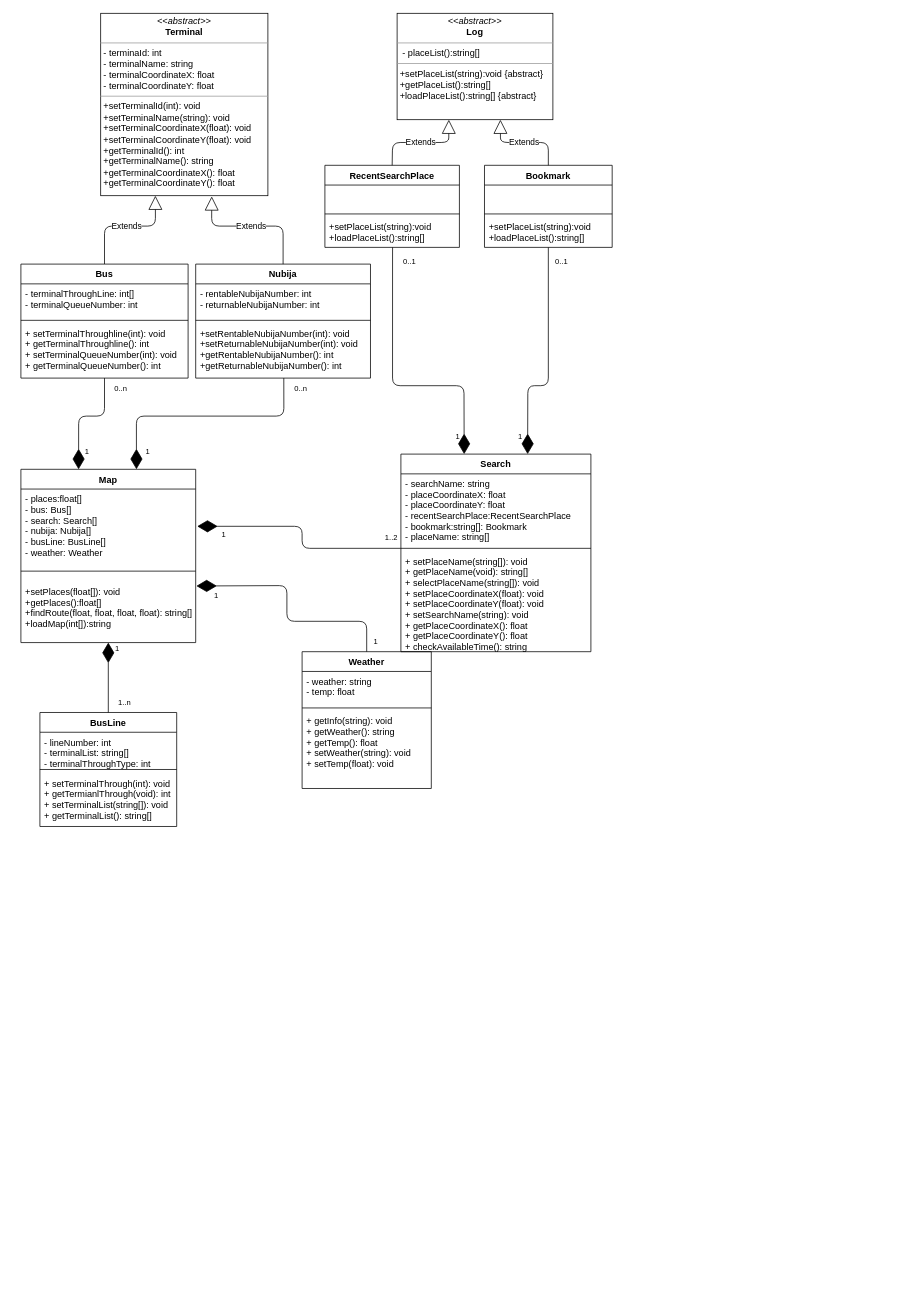
The draw.io diagram 2nd_homework/class_diagram.drawio in chisacam/CWNU19SE_2B, before the edit. Source tidied: cells renumbered, new cells numbered last; positions are measured from the earlier drawing's top-left corner, leaving out a move shared by most shapes. Both pictures are drawn from the tidied source at 76%, with x=0, y=0 at pixel (21, 13).
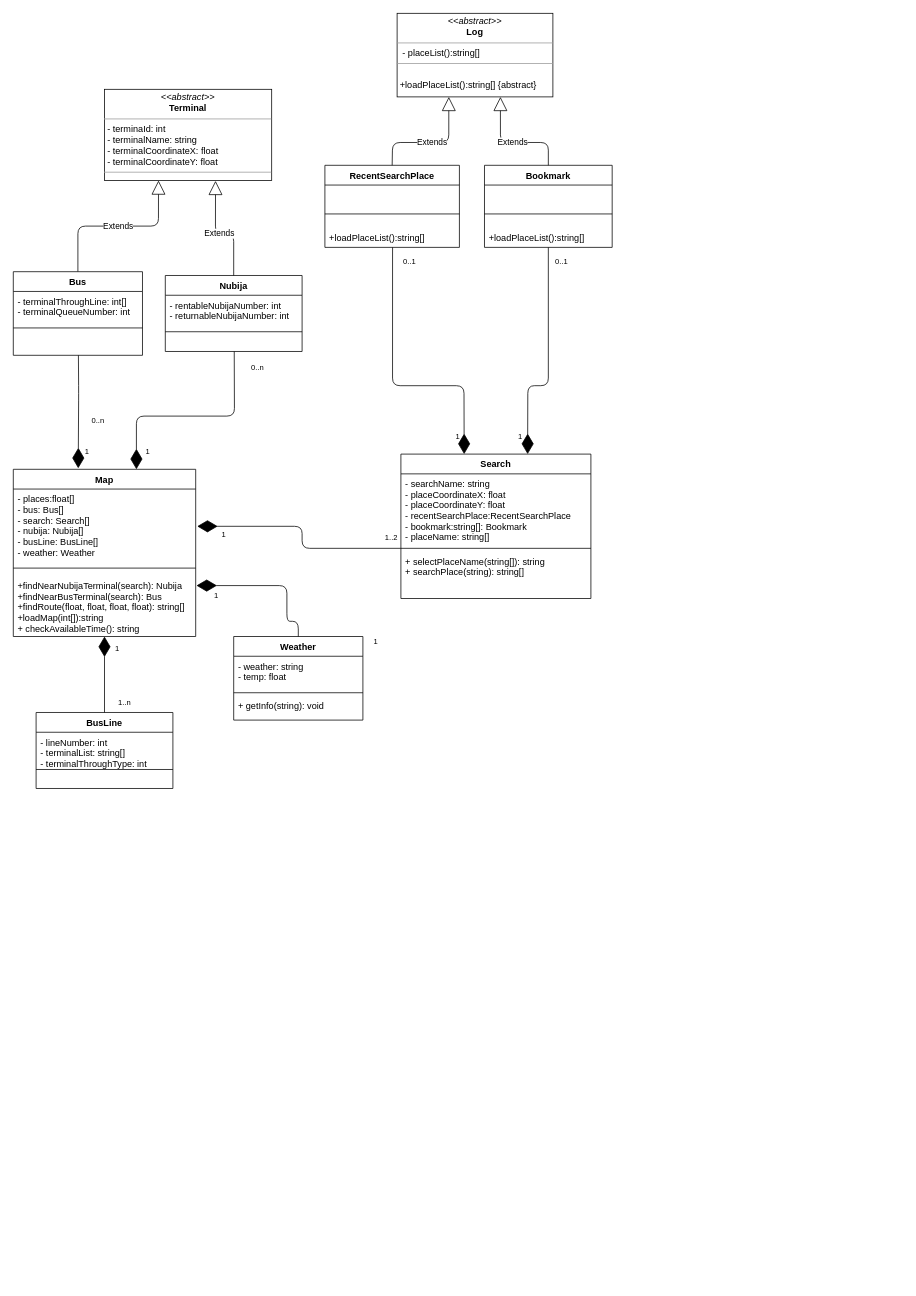
Above is the later version.

Unchanged cells that the change refers to:
```xml
<mxCell id="14" value="RecentSearchPlace" style="swimlane;fontStyle=1;align=center;verticalAlign=top;horizontal=1;startSize=26;" parent="1" vertex="1">
  <mxGeometry x="400" y="200" width="177" height="108" as="geometry" />
</mxCell>
<mxCell id="18" value="Bookmark" style="swimlane;fontStyle=1;align=center;verticalAlign=top;horizontal=1;startSize=26;" parent="1" vertex="1">
  <mxGeometry x="610" y="200" width="168" height="108" as="geometry" />
</mxCell>
```

The edit, as a diff of the source:
```diff
@@
     <mxCell id="2" value="Weather" style="swimlane;fontStyle=1;align=center;verticalAlign=top;horizontal=1;startSize=26;" parent="1" vertex="1">
-      <mxGeometry x="370" y="840" width="170" height="180" as="geometry" />
+      <mxGeometry x="280" y="820" width="170" height="110" as="geometry" />
     </mxCell>
@@
-    <mxCell id="5" value="+ getInfo(string): void&#10;+ getWeather(): string&#10;+ getTemp(): float&#10;+ setWeather(string): void&#10;+ setTemp(float): void&#10;&#10;" style="text;strokeColor=none;fillColor=none;align=left;verticalAlign=top;spacingLeft=4;spacingRight=4;overflow=hidden;" parent="2" vertex="1">
-      <mxGeometry y="78" width="170" height="102" as="geometry" />
+    <mxCell id="5" value="+ getInfo(string): void&#10;&#10;" style="text;strokeColor=none;fillColor=none;align=left;verticalAlign=top;spacingLeft=4;spacingRight=4;overflow=hidden;" parent="2" vertex="1">
+      <mxGeometry y="78" width="170" height="32" as="geometry" />
     </mxCell>
     <mxCell id="6" value="Nubija" style="swimlane;fontStyle=1;align=center;verticalAlign=top;horizontal=1;startSize=26;" parent="1" vertex="1">
-      <mxGeometry x="230" y="330" width="230" height="150" as="geometry" />
+      <mxGeometry x="190" y="345" width="180" height="100" as="geometry" />
     </mxCell>
     <mxCell id="7" value="- rentableNubijaNumber: int&#10;- returnableNubijaNumber: int" style="text;strokeColor=none;fillColor=none;align=left;verticalAlign=top;spacingLeft=4;spacingRight=4;overflow=hidden;" parent="6" vertex="1">
-      <mxGeometry y="26" width="230" height="44" as="geometry" />
+      <mxGeometry y="26" width="180" height="44" as="geometry" />
     </mxCell>
     <mxCell id="8" style="line;strokeWidth=1;fillColor=none;align=left;verticalAlign=middle;spacingTop=-1;spacingLeft=3;spacingRight=3;labelPosition=right;" parent="6" vertex="1">
-      <mxGeometry y="70" width="230" height="8" as="geometry" />
+      <mxGeometry y="70" width="180" height="8" as="geometry" />
     </mxCell>
-    <mxCell id="9" value="+setRentableNubijaNumber(int): void&#10;+setReturnableNubijaNumber(int): void&#10;+getRentableNubijaNumber(): int&#10;+getReturnableNubijaNumber(): int&#10;" style="text;strokeColor=none;fillColor=none;align=left;verticalAlign=top;spacingLeft=4;spacingRight=4;overflow=hidden;points=[[0,0.5],[1,0.5]];portConstraint=eastwest;" parent="6" vertex="1">
-      <mxGeometry y="78" width="230" height="72" as="geometry" />
+    <mxCell id="9" value="&#10;" style="text;strokeColor=none;fillColor=none;align=left;verticalAlign=top;spacingLeft=4;spacingRight=4;overflow=hidden;points=[[0,0.5],[1,0.5]];portConstraint=eastwest;" parent="6" vertex="1">
+      <mxGeometry y="78" width="180" height="22" as="geometry" />
     </mxCell>
     <mxCell id="10" value="Search" style="swimlane;fontStyle=1;align=center;verticalAlign=top;horizontal=1;startSize=26;" parent="1" vertex="1">
-      <mxGeometry x="500" y="580" width="250" height="260" as="geometry" />
+      <mxGeometry x="500" y="580" width="250" height="190" as="geometry" />
     </mxCell>
@@
-    <mxCell id="13" value="+ setPlaceName(string[]): void&#10;+ getPlaceName(void): string[]&#10;+ selectPlaceName(string[]): void&#10;+ setPlaceCoordinateX(float): void&#10;+ setPlaceCoordinateY(float): void&#10;+ setSearchName(string): void&#10;+ getPlaceCoordinateX(): float&#10;+ getPlaceCoordinateY(): float&#10;+ checkAvailableTime(): string&#10;" style="text;strokeColor=none;fillColor=none;align=left;verticalAlign=top;spacingLeft=4;spacingRight=4;overflow=hidden;" parent="10" vertex="1">
-      <mxGeometry y="128" width="250" height="132" as="geometry" />
+    <mxCell id="13" value="+ selectPlaceName(string[]): string&#10;+ searchPlace(string): string[]&#10;" style="text;strokeColor=none;fillColor=none;align=left;verticalAlign=top;spacingLeft=4;spacingRight=4;overflow=hidden;" parent="10" vertex="1">
+      <mxGeometry y="128" width="250" height="62" as="geometry" />
     </mxCell>
@@
-    <mxCell id="17" value="+setPlaceList(string):void&#10;+loadPlaceList():string[]" style="text;strokeColor=none;fillColor=none;align=left;verticalAlign=top;spacingLeft=4;spacingRight=4;overflow=hidden;points=[[0,0.5],[1,0.5]];portConstraint=eastwest;" parent="14" vertex="1">
+    <mxCell id="17" value="&#10;+loadPlaceList():string[]" style="text;strokeColor=none;fillColor=none;align=left;verticalAlign=top;spacingLeft=4;spacingRight=4;overflow=hidden;points=[[0,0.5],[1,0.5]];portConstraint=eastwest;" parent="14" vertex="1">
       <mxGeometry y="68" width="177" height="40" as="geometry" />
     </mxCell>
@@
-    <mxCell id="21" value="+setPlaceList(string):void&#10;+loadPlaceList():string[]" style="text;strokeColor=none;fillColor=none;align=left;verticalAlign=top;spacingLeft=4;spacingRight=4;overflow=hidden;points=[[0,0.5],[1,0.5]];portConstraint=eastwest;" parent="18" vertex="1">
+    <mxCell id="21" value="&#10;+loadPlaceList():string[]" style="text;strokeColor=none;fillColor=none;align=left;verticalAlign=top;spacingLeft=4;spacingRight=4;overflow=hidden;points=[[0,0.5],[1,0.5]];portConstraint=eastwest;" parent="18" vertex="1">
       <mxGeometry y="68" width="168" height="40" as="geometry" />
     </mxCell>
     <mxCell id="22" value="Extends" style="endArrow=block;endSize=16;endFill=0;html=1;entryX=0.664;entryY=1.004;entryDx=0;entryDy=0;entryPerimeter=0;exitX=0.5;exitY=0;exitDx=0;exitDy=0;" parent="1" edge="1" source="6" target="28">
       <mxGeometry relative="1" as="geometry">
         <Array as="points">
-          <mxPoint x="345" y="280" />
-          <mxPoint x="251" y="280" />
+          <mxPoint x="280" y="290" />
+          <mxPoint x="256" y="290" />
         </Array>
       </mxGeometry>
     </mxCell>
-    <mxCell id="23" value="Extends" style="endArrow=block;endSize=16;endFill=0;html=1;entryX=0.327;entryY=1;entryDx=0;entryDy=0;entryPerimeter=0;exitX=0.5;exitY=0;exitDx=0;exitDy=0;" parent="1" edge="1" source="24" target="28">
+    <mxCell id="23" value="Extends" style="endArrow=block;endSize=16;endFill=0;html=1;entryX=0.323;entryY=1;entryDx=0;entryDy=0;entryPerimeter=0;exitX=0.5;exitY=0;exitDx=0;exitDy=0;" parent="1" edge="1" source="24" target="28">
       <mxGeometry relative="1" as="geometry">
         <Array as="points">
-          <mxPoint x="110" y="280" />
-          <mxPoint x="177" y="280" />
+          <mxPoint x="75" y="280" />
+          <mxPoint x="181" y="280" />
         </Array>
       </mxGeometry>
     </mxCell>
     <mxCell id="24" value="Bus" style="swimlane;fontStyle=1;align=center;verticalAlign=top;horizontal=1;startSize=26;" parent="1" vertex="1">
-      <mxGeometry y="330" width="220" height="150" as="geometry" />
+      <mxGeometry x="-10" y="340" width="170" height="110" as="geometry" />
     </mxCell>
     <mxCell id="25" value="- terminalThroughLine: int[]&#10;- terminalQueueNumber: int&#10;&#10;" style="text;strokeColor=none;fillColor=none;align=left;verticalAlign=top;spacingLeft=4;spacingRight=4;overflow=hidden;" parent="24" vertex="1">
-      <mxGeometry y="26" width="220" height="44" as="geometry" />
+      <mxGeometry y="26" width="170" height="44" as="geometry" />
     </mxCell>
     <mxCell id="26" style="line;strokeWidth=1;fillColor=none;align=left;verticalAlign=middle;spacingTop=-1;spacingLeft=3;spacingRight=3;labelPosition=right;" parent="24" vertex="1">
-      <mxGeometry y="70" width="220" height="8" as="geometry" />
+      <mxGeometry y="70" width="170" height="8" as="geometry" />
     </mxCell>
-    <mxCell id="27" value="+ setTerminalThroughline(int): void &#10;+ getTerminalThroughline(): int&#10;+ setTerminalQueueNumber(int): void&#10;+ getTerminalQueueNumber(): int&#10;" style="text;strokeColor=none;fillColor=none;align=left;verticalAlign=top;spacingLeft=4;spacingRight=4;overflow=hidden;points=[[0,0.5],[1,0.5]];portConstraint=eastwest;" parent="24" vertex="1">
-      <mxGeometry y="78" width="220" height="72" as="geometry" />
+    <mxCell id="27" value="&#10;" style="text;strokeColor=none;fillColor=none;align=left;verticalAlign=top;spacingLeft=4;spacingRight=4;overflow=hidden;points=[[0,0.5],[1,0.5]];portConstraint=eastwest;" parent="24" vertex="1">
+      <mxGeometry y="78" width="170" height="32" as="geometry" />
     </mxCell>
-    <mxCell id="28" value="&lt;p style=&quot;margin: 0px ; margin-top: 4px ; text-align: center&quot;&gt;&lt;i&gt;&amp;lt;&amp;lt;abstract&amp;gt;&amp;gt;&lt;/i&gt;&lt;br&gt;&lt;b&gt;Terminal&lt;/b&gt;&lt;/p&gt;&lt;hr size=&quot;1&quot;&gt;&lt;p style=&quot;margin: 0px ; margin-left: 4px&quot;&gt;- terminaId: int&lt;br&gt;- terminalName: string&lt;br&gt;- terminalCoordinateX: float&lt;br&gt;- terminalCoordinateY: float&lt;/p&gt;&lt;hr size=&quot;1&quot;&gt;&lt;p style=&quot;margin: 0px ; margin-left: 4px&quot;&gt;+setTerminalId(int): void&lt;br&gt;+setTerminalName(string): void&lt;br&gt;+setTerminalCoordinateX(float): void&lt;br&gt;+setTerminalCoordinateY(float): void&lt;br&gt;+getTerminalId(): int&lt;br&gt;+getTerminalName(): string&lt;br&gt;+getTerminalCoordinateX(): float&lt;br&gt;+getTerminalCoordinateY(): float&lt;/p&gt;" style="verticalAlign=top;align=left;overflow=fill;fontSize=12;fontFamily=Helvetica;html=1;" parent="1" vertex="1">
-      <mxGeometry x="105" width="220" height="240" as="geometry" />
+    <mxCell id="28" value="&lt;p style=&quot;margin: 0px ; margin-top: 4px ; text-align: center&quot;&gt;&lt;i&gt;&amp;lt;&amp;lt;abstract&amp;gt;&amp;gt;&lt;/i&gt;&lt;br&gt;&lt;b&gt;Terminal&lt;/b&gt;&lt;/p&gt;&lt;hr size=&quot;1&quot;&gt;&lt;p style=&quot;margin: 0px ; margin-left: 4px&quot;&gt;- terminaId: int&lt;br&gt;- terminalName: string&lt;br&gt;- terminalCoordinateX: float&lt;br&gt;- terminalCoordinateY: float&lt;/p&gt;&lt;hr size=&quot;1&quot;&gt;&lt;p style=&quot;margin: 0px ; margin-left: 4px&quot;&gt;&lt;br&gt;&lt;/p&gt;" style="verticalAlign=top;align=left;overflow=fill;fontSize=12;fontFamily=Helvetica;html=1;" parent="1" vertex="1">
+      <mxGeometry x="110" y="100" width="220" height="120" as="geometry" />
     </mxCell>
-    <mxCell id="29" value="&lt;p style=&quot;margin: 0px ; margin-top: 4px ; text-align: center&quot;&gt;&lt;i&gt;&amp;lt;&amp;lt;abstract&amp;gt;&amp;gt;&lt;/i&gt;&lt;br&gt;&lt;b&gt;Log&lt;/b&gt;&lt;br&gt;&lt;/p&gt;&lt;hr size=&quot;1&quot;&gt;&lt;p style=&quot;margin: 0px ; margin-left: 4px&quot;&gt;&amp;nbsp;- placeList():string[]&lt;/p&gt;&lt;hr size=&quot;1&quot;&gt;&lt;p style=&quot;margin: 0px ; margin-left: 4px&quot;&gt;+setPlaceList(string):void {abstract}&lt;br&gt;+getPlaceList():string[]&lt;br&gt;+loadPlaceList():string[] {abstract}&lt;/p&gt;&lt;div&gt;&lt;br&gt;&lt;/div&gt;" style="verticalAlign=top;align=left;overflow=fill;fontSize=12;fontFamily=Helvetica;html=1;" parent="1" vertex="1">
-      <mxGeometry x="495" width="205" height="140" as="geometry" />
+    <mxCell id="29" value="&lt;p style=&quot;margin: 0px ; margin-top: 4px ; text-align: center&quot;&gt;&lt;i&gt;&amp;lt;&amp;lt;abstract&amp;gt;&amp;gt;&lt;/i&gt;&lt;br&gt;&lt;b&gt;Log&lt;/b&gt;&lt;br&gt;&lt;/p&gt;&lt;hr size=&quot;1&quot;&gt;&lt;p style=&quot;margin: 0px ; margin-left: 4px&quot;&gt;&amp;nbsp;- placeList():string[]&lt;/p&gt;&lt;hr size=&quot;1&quot;&gt;&lt;p style=&quot;margin: 0px ; margin-left: 4px&quot;&gt;&lt;br&gt;+loadPlaceList():string[] {abstract}&lt;/p&gt;&lt;div&gt;&lt;br&gt;&lt;/div&gt;" style="verticalAlign=top;align=left;overflow=fill;fontSize=12;fontFamily=Helvetica;html=1;" parent="1" vertex="1">
+      <mxGeometry x="495" width="205" height="110" as="geometry" />
     </mxCell>
     <mxCell id="30" value="BusLine" style="swimlane;fontStyle=1;align=center;verticalAlign=top;horizontal=1;startSize=26;" parent="1" vertex="1">
-      <mxGeometry x="25" y="920" width="180" height="150" as="geometry" />
+      <mxGeometry x="20" y="920" width="180" height="100" as="geometry" />
     </mxCell>
@@
-    <mxCell id="33" value="+ setTerminalThrough(int): void&#10;+ getTermianlThrough(void): int&#10;+ setTerminalList(string[]): void&#10;+ getTerminalList(): string[]&#10;" style="text;strokeColor=none;fillColor=none;align=left;verticalAlign=top;spacingLeft=4;spacingRight=4;overflow=hidden;" parent="30" vertex="1">
-      <mxGeometry y="80" width="180" height="70" as="geometry" />
+    <mxCell id="33" value="&#10;" style="text;strokeColor=none;fillColor=none;align=left;verticalAlign=top;spacingLeft=4;spacingRight=4;overflow=hidden;" parent="30" vertex="1">
+      <mxGeometry y="80" width="180" height="20" as="geometry" />
     </mxCell>
     <mxCell id="34" value="Map" style="swimlane;fontStyle=1;align=center;verticalAlign=top;horizontal=1;startSize=26;" parent="1" vertex="1">
-      <mxGeometry y="600" width="230" height="228" as="geometry" />
+      <mxGeometry x="-10" y="600" width="240" height="220" as="geometry" />
     </mxCell>
     <mxCell id="35" value="- places:float[]&#10;- bus: Bus[]&#10;- search: Search[]&#10;- nubija: Nubija[]&#10;- busLine: BusLine[]&#10;- weather: Weather" style="text;strokeColor=none;fillColor=none;align=left;verticalAlign=top;spacingLeft=4;spacingRight=4;overflow=hidden;" parent="34" vertex="1">
-      <mxGeometry y="26" width="230" height="94" as="geometry" />
+      <mxGeometry y="26" width="240" height="94" as="geometry" />
     </mxCell>
     <mxCell id="36" style="line;strokeWidth=1;fillColor=none;align=left;verticalAlign=middle;spacingTop=-1;spacingLeft=3;spacingRight=3;labelPosition=right;" parent="34" vertex="1">
-      <mxGeometry y="120" width="230" height="28" as="geometry" />
+      <mxGeometry y="120" width="240" height="20" as="geometry" />
     </mxCell>
-    <mxCell id="37" value="+setPlaces(float[]): void&#10;+getPlaces():float[]&#10;+findRoute(float, float, float, float): string[]&#10;+loadMap(int[]):string&#10;" style="text;strokeColor=none;fillColor=none;align=left;verticalAlign=top;spacingLeft=4;spacingRight=4;overflow=hidden;points=[[0,0.5],[1,0.5]];portConstraint=eastwest;" parent="34" vertex="1">
-      <mxGeometry y="148" width="230" height="80" as="geometry" />
+    <mxCell id="37" value="+findNearNubijaTerminal(search): Nubija&#10;+findNearBusTerminal(search): Bus&#10;+findRoute(float, float, float, float): string[]&#10;+loadMap(int[]):string&#10;+ checkAvailableTime(): string" style="text;strokeColor=none;fillColor=none;align=left;verticalAlign=top;spacingLeft=4;spacingRight=4;overflow=hidden;points=[[0,0.5],[1,0.5]];portConstraint=eastwest;" parent="34" vertex="1">
+      <mxGeometry y="140" width="240" height="80" as="geometry" />
     </mxCell>
-    <mxCell id="38" style="endArrow=diamondThin;endFill=1;endSize=24;html=1;exitX=0.5;exitY=0;exitDx=0;exitDy=0;entryX=1.004;entryY=0.069;entryDx=0;entryDy=0;entryPerimeter=0;" parent="1" edge="1" source="2" target="37">
+    <mxCell id="38" style="endArrow=diamondThin;endFill=1;endSize=24;html=1;exitX=0.5;exitY=0;exitDx=0;exitDy=0;" parent="1" edge="1" source="2">
       <mxGeometry relative="1" as="geometry">
+        <mxPoint x="231" y="753" as="targetPoint" />
         <Array as="points">
-          <mxPoint x="455" y="800" />
+          <mxPoint x="365" y="800" />
           <mxPoint x="350" y="800" />
           <mxPoint x="350" y="753" />
         </Array>
       </mxGeometry>
     </mxCell>
@@
-    <mxCell id="40" style="endArrow=diamondThin;endFill=1;endSize=24;html=1;exitX=0.5;exitY=1;exitDx=0;exitDy=0;exitPerimeter=0;entryX=0.33;entryY=0;entryDx=0;entryDy=0;entryPerimeter=0;" parent="1" edge="1" source="27" target="34">
+    <mxCell id="40" style="endArrow=diamondThin;endFill=1;endSize=24;html=1;exitX=0.504;exitY=1.001;exitDx=0;exitDy=0;exitPerimeter=0;entryX=0.356;entryY=-0.006;entryDx=0;entryDy=0;entryPerimeter=0;" parent="1" edge="1" source="27" target="34">
       <mxGeometry relative="1" as="geometry">
         <Array as="points">
-          <mxPoint x="110" y="530" />
-          <mxPoint x="76" y="530" />
+          <mxPoint x="76" y="500" />
         </Array>
       </mxGeometry>
     </mxCell>
-    <mxCell id="41" style="endArrow=diamondThin;endFill=1;endSize=24;html=1;exitX=0.504;exitY=1;exitDx=0;exitDy=0;exitPerimeter=0;entryX=0.661;entryY=0;entryDx=0;entryDy=0;entryPerimeter=0;" parent="1" edge="1" source="9" target="34">
+    <mxCell id="41" style="endArrow=diamondThin;endFill=1;endSize=24;html=1;exitX=0.504;exitY=1;exitDx=0;exitDy=0;exitPerimeter=0;entryX=0.675;entryY=0;entryDx=0;entryDy=0;entryPerimeter=0;" parent="1" edge="1" source="9" target="34">
       <mxGeometry relative="1" as="geometry">
         <Array as="points">
-          <mxPoint x="346" y="530" />
+          <mxPoint x="281" y="530" />
           <mxPoint x="152" y="530" />
         </Array>
       </mxGeometry>
     </mxCell>
@@
     <mxCell id="57" value="0..n" style="html=1;align=right;verticalAlign=bottom;labelBackgroundColor=#ffffff;fontSize=10;" parent="1" vertex="1">
-      <mxGeometry x="340" y="1118.5" as="geometry">
+      <mxGeometry x="310" y="1160" as="geometry">
         <mxPoint x="-200" y="-616.5" as="offset" />
       </mxGeometry>
     </mxCell>
     <mxCell id="58" value="0..n" style="html=1;align=right;verticalAlign=bottom;labelBackgroundColor=#ffffff;fontSize=10;" parent="1" vertex="1">
-      <mxGeometry x="577" y="1118.5" as="geometry">
+      <mxGeometry x="520" y="1090" as="geometry">
         <mxPoint x="-200" y="-616.5" as="offset" />
       </mxGeometry>
     </mxCell>
```
